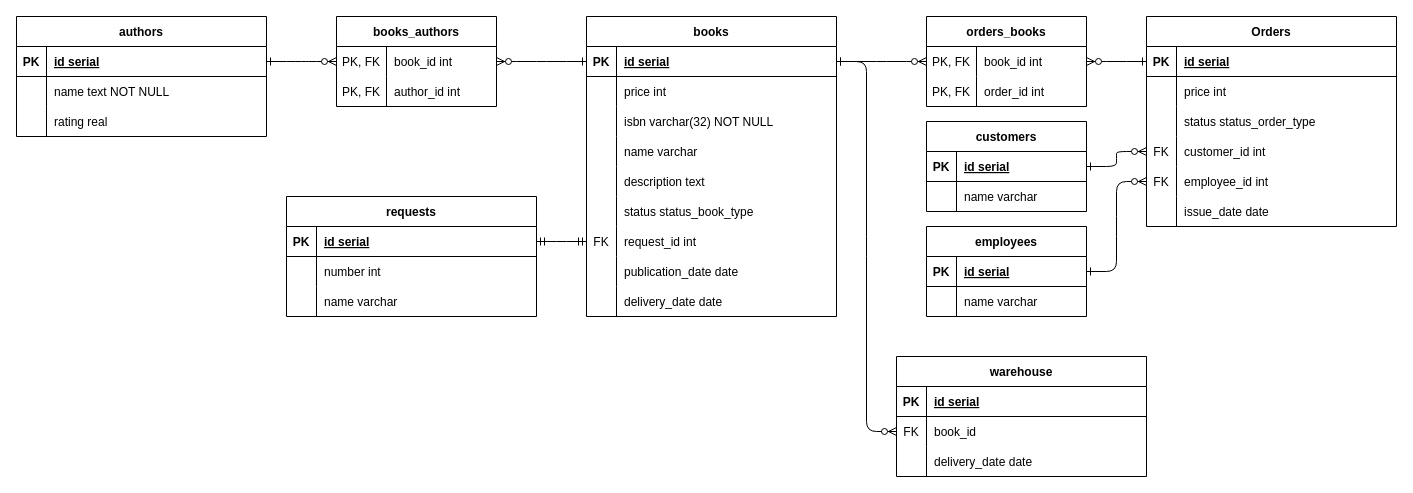
This is task-13/bsproject/src/main/BookStoreERDiagram.drawio from E6L1PS/senla_edu_tasks, a draw.io file, before an edit. Source tidied: cells renumbered, new cells numbered last; positions are measured from the earlier drawing's top-left corner, leaving out a move shared by most shapes. Both pictures are drawn from the tidied source at 100%, with x=0, y=0 at pixel (16, 16).
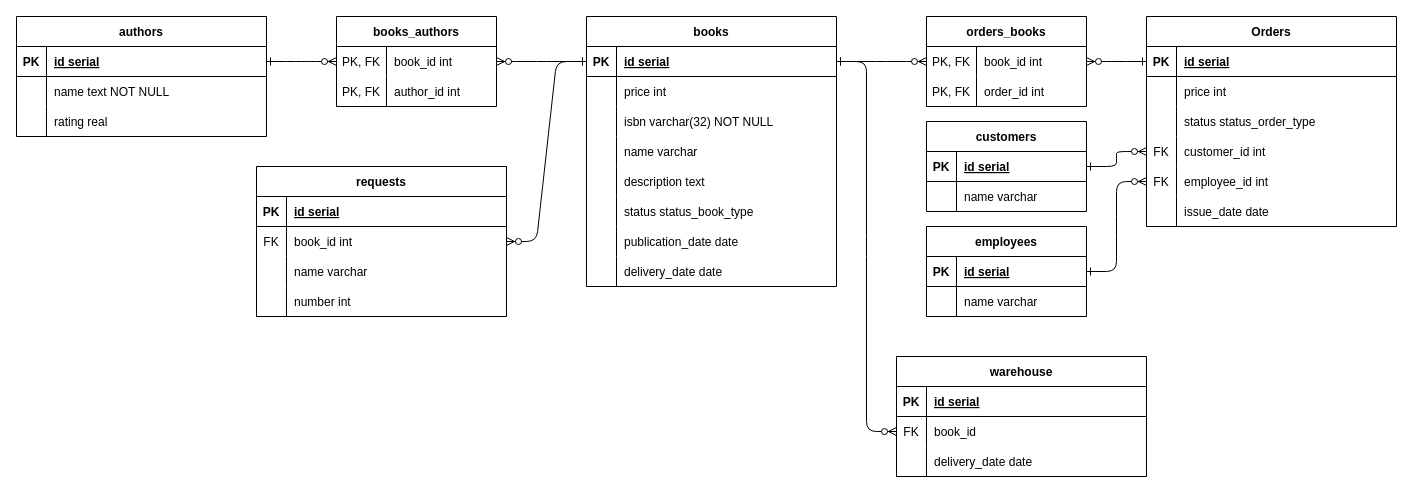
Above is the later version.

The change refers to these unchanged cells:
```xml
<mxCell id="39" style="shape=partialRectangle;fillColor=none;points=[[0,0.5],[1,0.5]];portConstraint=eastwest;top=0;left=0;right=0;bottom=1;" parent="38" vertex="1">
  <mxGeometry y="30" width="250" height="30" as="geometry" />
</mxCell>
<mxCell id="69" style="shape=partialRectangle;fillColor=none;points=[[0,0.5],[1,0.5]];portConstraint=eastwest;top=0;left=0;right=0;bottom=1;" parent="68" vertex="1">
  <mxGeometry y="30" width="250" height="30" as="geometry" />
</mxCell>
<mxCell id="72" style="shape=partialRectangle;fillColor=none;points=[[0,0.5],[1,0.5]];portConstraint=eastwest;top=0;left=0;right=0;bottom=0;" parent="68" vertex="1">
  <mxGeometry y="60" width="250" height="30" as="geometry" />
</mxCell>
```

What changed in the source:
```diff
@@
     <mxCell id="38" value="books" style="shape=table;startSize=30;childLayout=tableLayout;rowLines=0;fontStyle=1;align=center;" parent="1" vertex="1">
-      <mxGeometry x="570" width="250" height="300" as="geometry" />
+      <mxGeometry x="570" width="250" height="270" as="geometry" />
     </mxCell>
@@
-    <mxCell id="57" style="shape=partialRectangle;fillColor=none;points=[[0,0.5],[1,0.5]];portConstraint=eastwest;top=0;left=0;right=0;bottom=0;" parent="38" vertex="1">
-      <mxGeometry y="210" width="250" height="30" as="geometry" />
-    </mxCell>
-    <mxCell id="58" value="FK" style="shape=partialRectangle;overflow=hidden;fillColor=none;top=0;left=0;bottom=0;right=0;" parent="57" vertex="1">
-      <mxGeometry width="30" height="30" as="geometry" />
-    </mxCell>
-    <mxCell id="59" value="request_id int" style="shape=partialRectangle;overflow=hidden;fillColor=none;top=0;left=0;bottom=0;right=0;align=left;spacingLeft=6;" parent="57" vertex="1">
-      <mxGeometry x="30" width="220" height="30" as="geometry" />
-    </mxCell>
     <mxCell id="60" style="shape=partialRectangle;fillColor=none;top=0;left=0;right=0;bottom=0;" parent="38" vertex="1">
-      <mxGeometry y="240" width="250" height="30" as="geometry" />
+      <mxGeometry y="210" width="250" height="30" as="geometry" />
     </mxCell>
@@
     <mxCell id="63" style="shape=partialRectangle;fillColor=none;top=0;left=0;right=0;bottom=0;" parent="38" vertex="1">
-      <mxGeometry y="270" width="250" height="30" as="geometry" />
+      <mxGeometry y="240" width="250" height="30" as="geometry" />
     </mxCell>
@@
     <mxCell id="68" value="requests" style="shape=table;startSize=30;childLayout=tableLayout;rowLines=0;fontStyle=1;align=center;" parent="1" vertex="1">
-      <mxGeometry x="270" y="180" width="250" height="120" as="geometry" />
+      <mxGeometry x="240" y="150" width="250" height="150" as="geometry" />
     </mxCell>
@@
-    <mxCell id="73" style="shape=partialRectangle;overflow=hidden;fillColor=none;top=0;left=0;bottom=0;right=0;" parent="72" vertex="1">
+    <mxCell id="73" value="FK" style="shape=partialRectangle;overflow=hidden;fillColor=none;top=0;left=0;bottom=0;right=0;" parent="72" vertex="1">
       <mxGeometry width="30" height="30" as="geometry" />
     </mxCell>
-    <mxCell id="74" value="number int" style="shape=partialRectangle;overflow=hidden;fillColor=none;top=0;left=0;bottom=0;right=0;align=left;spacingLeft=6;" parent="72" vertex="1">
+    <mxCell id="74" value="book_id int" style="shape=partialRectangle;overflow=hidden;fillColor=none;top=0;left=0;bottom=0;right=0;align=left;spacingLeft=6;" parent="72" vertex="1">
       <mxGeometry x="30" width="220" height="30" as="geometry" />
     </mxCell>
+    <mxCell id="115" style="shape=partialRectangle;fillColor=none;top=0;left=0;right=0;bottom=0;" parent="68" vertex="1">
+      <mxGeometry y="90" width="250" height="30" as="geometry" />
+    </mxCell>
+    <mxCell id="116" style="shape=partialRectangle;overflow=hidden;fillColor=none;top=0;left=0;bottom=0;right=0;" parent="115" vertex="1">
+      <mxGeometry width="30" height="30" as="geometry" />
+    </mxCell>
+    <mxCell id="117" value="name varchar" style="shape=partialRectangle;overflow=hidden;fillColor=none;top=0;left=0;bottom=0;right=0;align=left;spacingLeft=6;" parent="115" vertex="1">
+      <mxGeometry x="30" width="220" height="30" as="geometry" />
+    </mxCell>
     <mxCell id="75" style="shape=partialRectangle;fillColor=none;top=0;left=0;right=0;bottom=0;" parent="68" vertex="1">
-      <mxGeometry y="90" width="250" height="30" as="geometry" />
+      <mxGeometry y="120" width="250" height="30" as="geometry" />
     </mxCell>
@@
-    <mxCell id="77" value="name varchar" style="shape=partialRectangle;overflow=hidden;fillColor=none;top=0;left=0;bottom=0;right=0;align=left;spacingLeft=6;" parent="75" vertex="1">
+    <mxCell id="77" value="number int" style="shape=partialRectangle;overflow=hidden;fillColor=none;top=0;left=0;bottom=0;right=0;align=left;spacingLeft=6;" parent="75" vertex="1">
       <mxGeometry x="30" width="220" height="30" as="geometry" />
     </mxCell>
-    <mxCell id="78" style="edgeStyle=entityRelationEdgeStyle;endArrow=ERmandOne;startArrow=ERmandOne;endFill=0;startFill=0;exitX=0;exitY=0.5;exitDx=0;exitDy=0;entryX=1;entryY=0.5;entryDx=0;entryDy=0;" parent="1" edge="1" source="57" target="69">
-      <mxGeometry relative="1" as="geometry" />
-    </mxCell>
@@
+    <mxCell id="118" style="edgeStyle=entityRelationEdgeStyle;endArrow=ERzeroToMany;startArrow=ERone;endFill=1;startFill=0;exitX=0;exitY=0.5;exitDx=0;exitDy=0;entryX=1;entryY=0.5;entryDx=0;entryDy=0;" parent="1" edge="1" source="39" target="72">
+      <mxGeometry relative="1" as="geometry" />
+    </mxCell>
```
